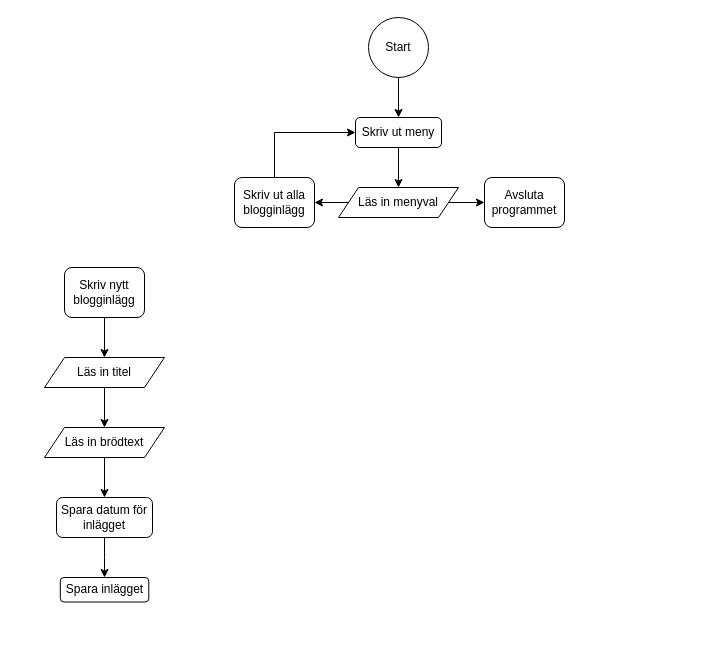
Earlier version of the draw.io diagram Bloggen.drawio (JakeBow/shopping-list). Source tidied: cells renumbered, new cells numbered last; positions are measured from the earlier drawing's top-left corner, leaving out a move shared by most shapes. Both pictures are drawn from the tidied source at 100%, with x=0, y=0 at pixel (44, 17).
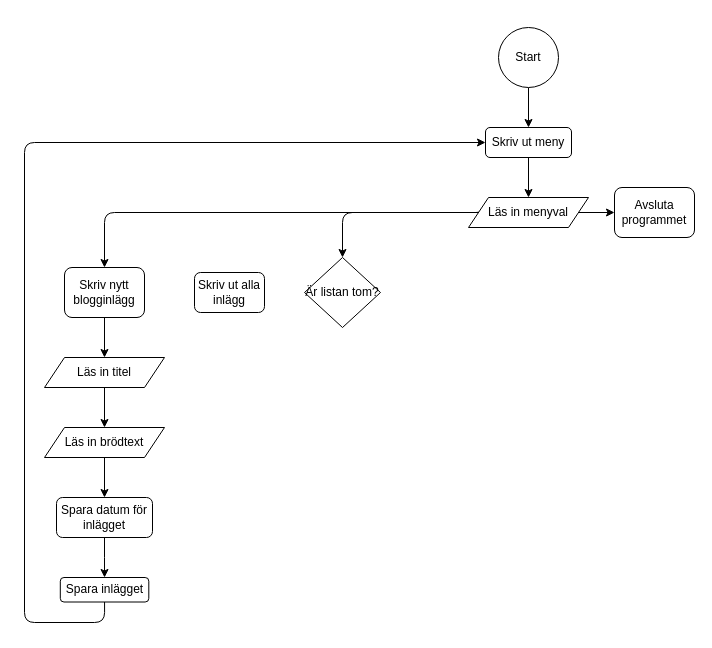
After the change.

The change refers to these unchanged cells:
```xml
<mxCell id="13" value="Skriv nytt blogginlägg" style="rounded=1;whiteSpace=wrap;html=1;" parent="1" vertex="1">
  <mxGeometry x="20" y="250" width="80" height="50" as="geometry" />
</mxCell>
<mxCell id="20" value="Spara inlägget" style="rounded=1;whiteSpace=wrap;html=1;" parent="1" vertex="1">
  <mxGeometry x="15.8" y="560" width="88.5" height="24.5" as="geometry" />
</mxCell>
```

The edit, as a diff of the source:
```diff
@@
     <mxCell id="3" value="Skriv ut meny" style="rounded=1;whiteSpace=wrap;html=1;fontSize=12;glass=0;strokeWidth=1;shadow=0;" parent="1" vertex="1">
-      <mxGeometry x="311" y="100" width="86" height="30" as="geometry" />
+      <mxGeometry x="441" y="110" width="86" height="30" as="geometry" />
     </mxCell>
@@
     <mxCell id="5" value="Start" style="ellipse;whiteSpace=wrap;html=1;" parent="1" vertex="1">
-      <mxGeometry x="324" width="60" height="60" as="geometry" />
+      <mxGeometry x="454" y="10" width="60" height="60" as="geometry" />
     </mxCell>
-    <mxCell id="6" style="edgeStyle=orthogonalEdgeStyle;rounded=0;jettySize=auto;html=1;exitX=0;exitY=0.5;exitDx=0;exitDy=0;entryX=1;entryY=0.5;entryDx=0;entryDy=0;" parent="1" edge="1" source="8" target="10">
-      <mxGeometry relative="1" as="geometry" />
-    </mxCell>
@@
+    <mxCell id="21" style="edgeStyle=orthogonalEdgeStyle;rounded=1;jettySize=auto;html=1;exitX=0;exitY=0;exitDx=0;exitDy=0;entryX=0.5;entryY=0;entryDx=0;entryDy=0;curved=0;" parent="1" edge="1" source="8" target="13">
+      <mxGeometry relative="1" as="geometry">
+        <Array as="points">
+          <mxPoint x="441" y="195" />
+          <mxPoint x="60" y="195" />
+        </Array>
+      </mxGeometry>
+    </mxCell>
+    <mxCell id="22" style="edgeStyle=orthogonalEdgeStyle;shape=connector;curved=0;rounded=1;jettySize=auto;html=1;exitX=0;exitY=0.5;exitDx=0;exitDy=0;entryX=0.5;entryY=0;entryDx=0;entryDy=0;strokeColor=default;align=center;verticalAlign=middle;fontFamily=Helvetica;fontSize=11;fontColor=default;labelBackgroundColor=default;endArrow=classic;" parent="1" edge="1" source="8" target="24">
+      <mxGeometry relative="1" as="geometry" />
+    </mxCell>
     <mxCell id="8" value="Läs in menyval" style="shape=parallelogram;perimeter=parallelogramPerimeter;whiteSpace=wrap;html=1;fixedSize=1;" parent="1" vertex="1">
-      <mxGeometry x="294" y="170" width="120" height="30" as="geometry" />
+      <mxGeometry x="424" y="180" width="120" height="30" as="geometry" />
     </mxCell>
-    <mxCell id="9" style="edgeStyle=orthogonalEdgeStyle;rounded=0;jettySize=auto;html=1;exitX=0.5;exitY=0;exitDx=0;exitDy=0;entryX=0;entryY=0.5;entryDx=0;entryDy=0;" parent="1" edge="1" source="10" target="3">
-      <mxGeometry relative="1" as="geometry" />
-    </mxCell>
-    <mxCell id="10" value="Skriv ut alla blogginlägg" style="rounded=1;whiteSpace=wrap;html=1;" parent="1" vertex="1">
-      <mxGeometry x="190" y="160" width="80" height="50" as="geometry" />
-    </mxCell>
     <mxCell id="11" value="Avsluta programmet" style="rounded=1;whiteSpace=wrap;html=1;" parent="1" vertex="1">
-      <mxGeometry x="440" y="160" width="80" height="50" as="geometry" />
+      <mxGeometry x="570" y="170" width="80" height="50" as="geometry" />
     </mxCell>
@@
+    <mxCell id="23" style="edgeStyle=orthogonalEdgeStyle;rounded=1;jettySize=auto;html=1;exitX=0.5;exitY=1;exitDx=0;exitDy=0;strokeColor=default;curved=0;entryX=0;entryY=0.5;entryDx=0;entryDy=0;" parent="1" edge="1" source="20" target="3">
+      <mxGeometry relative="1" as="geometry">
+        <Array as="points">
+          <mxPoint x="60" y="605" />
+          <mxPoint x="-20" y="605" />
+          <mxPoint x="-20" y="125" />
+        </Array>
+      </mxGeometry>
+    </mxCell>
@@
+    <mxCell id="24" value="Är listan tom?" style="rhombus;whiteSpace=wrap;html=1;" parent="1" vertex="1">
+      <mxGeometry x="260" y="240" width="76" height="70" as="geometry" />
+    </mxCell>
+    <mxCell id="25" value="Skriv ut alla inlägg" style="rounded=1;whiteSpace=wrap;html=1;" parent="1" vertex="1">
+      <mxGeometry x="150" y="255" width="70" height="40" as="geometry" />
+    </mxCell>
```
